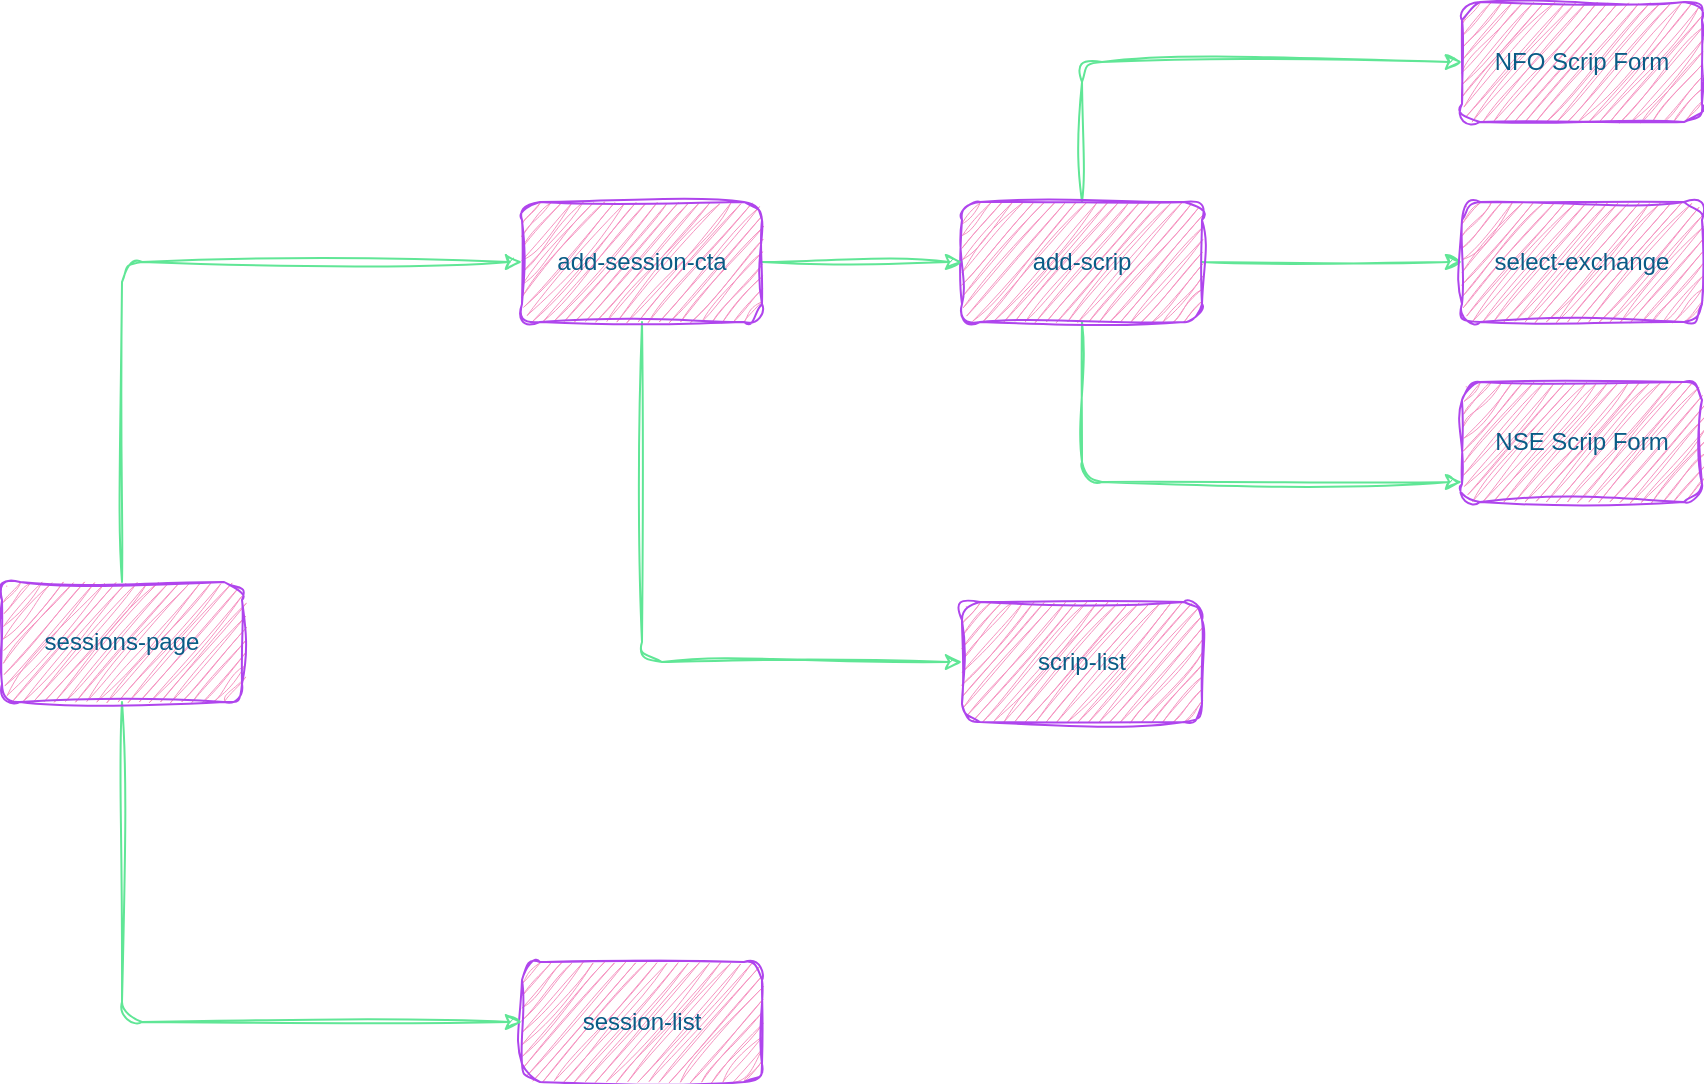
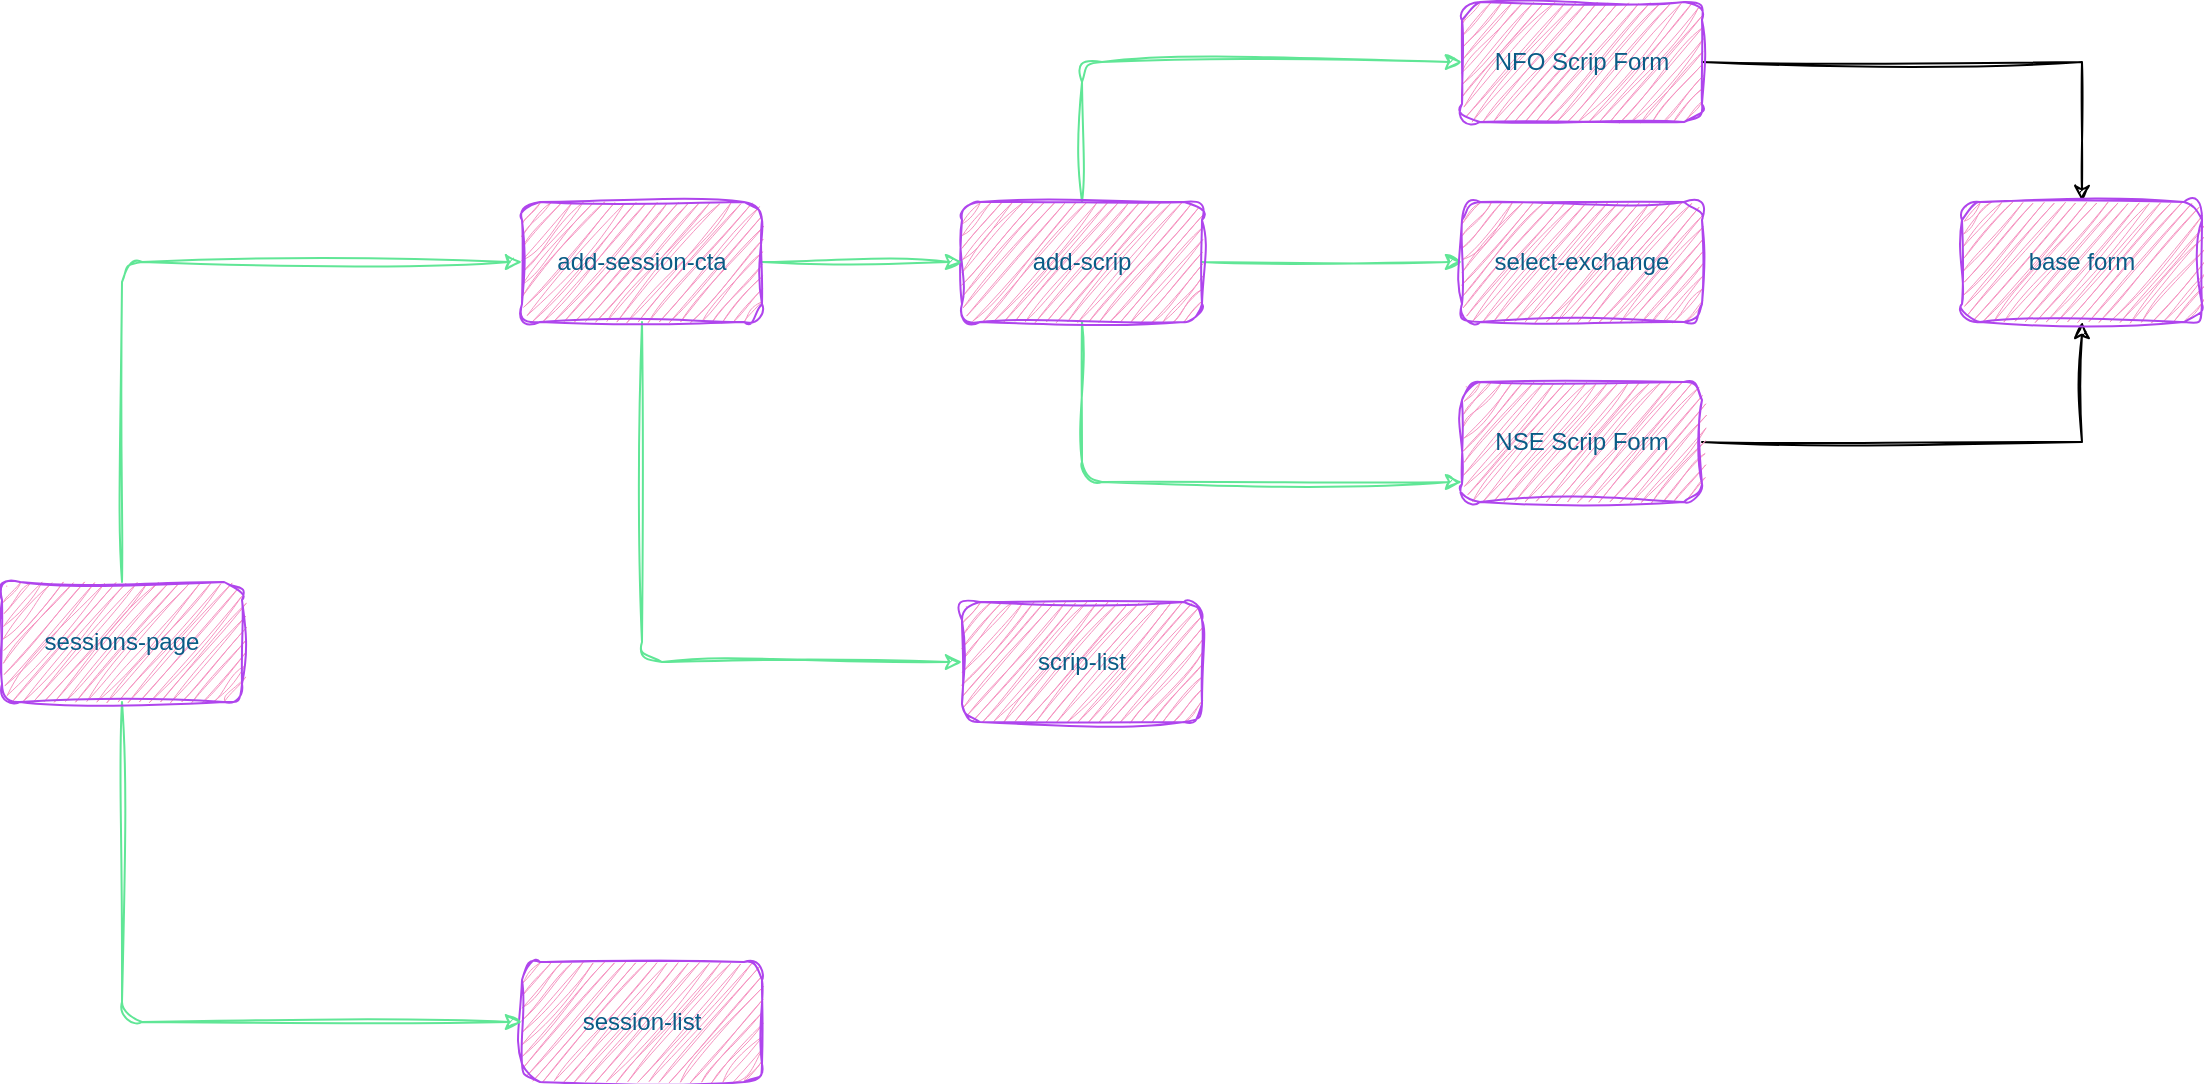
<mxfile host="app.diagrams.net" pages="5">
  <diagram id="wPQbEJP3DVO_ncDqMHqx" name="Sessions Page">
    <mxGraphModel dx="1757" dy="626" grid="1" gridSize="10" guides="1" tooltips="1" connect="1" arrows="1" fold="1" page="0" pageScale="1" pageWidth="402" pageHeight="874" math="0" shadow="0">
      <root>
        <mxCell id="0" />
        <mxCell id="1" parent="0" />
        <mxCell id="DB1AKVm6qyutKQlFYAWD-6" edge="1" parent="1" source="DB1AKVm6qyutKQlFYAWD-1" style="edgeStyle=orthogonalEdgeStyle;rounded=1;orthogonalLoop=1;jettySize=auto;html=1;sketch=1;curveFitting=1;jiggle=2;labelBackgroundColor=none;strokeColor=#60E696;fontColor=default;" target="DB1AKVm6qyutKQlFYAWD-5" value="">
          <mxGeometry relative="1" as="geometry" />
        </mxCell>
        <mxCell id="DB1AKVm6qyutKQlFYAWD-8" edge="1" parent="1" source="DB1AKVm6qyutKQlFYAWD-1" style="edgeStyle=orthogonalEdgeStyle;rounded=1;orthogonalLoop=1;jettySize=auto;html=1;sketch=1;curveFitting=1;jiggle=2;labelBackgroundColor=none;strokeColor=#60E696;fontColor=default;" target="DB1AKVm6qyutKQlFYAWD-7" value="">
          <mxGeometry relative="1" as="geometry">
            <Array as="points">
              <mxPoint x="120" y="270" />
            </Array>
          </mxGeometry>
        </mxCell>
        <mxCell id="DB1AKVm6qyutKQlFYAWD-10" edge="1" parent="1" source="DB1AKVm6qyutKQlFYAWD-1" style="edgeStyle=orthogonalEdgeStyle;rounded=1;orthogonalLoop=1;jettySize=auto;html=1;sketch=1;curveFitting=1;jiggle=2;labelBackgroundColor=none;strokeColor=#60E696;fontColor=default;" target="DB1AKVm6qyutKQlFYAWD-9" value="">
          <mxGeometry relative="1" as="geometry">
            <Array as="points">
              <mxPoint x="120" y="60" />
            </Array>
          </mxGeometry>
        </mxCell>
        <mxCell id="DB1AKVm6qyutKQlFYAWD-1" parent="1" style="rounded=1;whiteSpace=wrap;html=1;sketch=1;curveFitting=1;jiggle=2;labelBackgroundColor=none;fillColor=#F694C1;strokeColor=#AF45ED;fontColor=#095C86;" value="add-scrip" vertex="1">
          <mxGeometry height="60" width="120" x="60" y="130" as="geometry" />
        </mxCell>
        <mxCell id="DB1AKVm6qyutKQlFYAWD-4" edge="1" parent="1" source="DB1AKVm6qyutKQlFYAWD-3" style="edgeStyle=orthogonalEdgeStyle;rounded=1;orthogonalLoop=1;jettySize=auto;html=1;sketch=1;curveFitting=1;jiggle=2;labelBackgroundColor=none;strokeColor=#60E696;fontColor=default;" target="DB1AKVm6qyutKQlFYAWD-1" value="">
          <mxGeometry relative="1" as="geometry" />
        </mxCell>
        <mxCell id="DB1AKVm6qyutKQlFYAWD-12" edge="1" parent="1" source="DB1AKVm6qyutKQlFYAWD-3" style="edgeStyle=orthogonalEdgeStyle;rounded=1;orthogonalLoop=1;jettySize=auto;html=1;sketch=1;curveFitting=1;jiggle=2;labelBackgroundColor=none;strokeColor=#60E696;fontColor=default;" target="DB1AKVm6qyutKQlFYAWD-11" value="">
          <mxGeometry relative="1" as="geometry">
            <Array as="points">
              <mxPoint x="-100" y="360" />
            </Array>
          </mxGeometry>
        </mxCell>
        <mxCell id="DB1AKVm6qyutKQlFYAWD-3" parent="1" style="rounded=1;whiteSpace=wrap;html=1;sketch=1;curveFitting=1;jiggle=2;labelBackgroundColor=none;fillColor=#F694C1;strokeColor=#AF45ED;fontColor=#095C86;" value="add-session-cta" vertex="1">
          <mxGeometry height="60" width="120" x="-160" y="130" as="geometry" />
        </mxCell>
        <mxCell id="DB1AKVm6qyutKQlFYAWD-5" parent="1" style="whiteSpace=wrap;html=1;rounded=1;sketch=1;curveFitting=1;jiggle=2;labelBackgroundColor=none;fillColor=#F694C1;strokeColor=#AF45ED;fontColor=#095C86;" value="select-exchange" vertex="1">
          <mxGeometry height="60" width="120" x="310" y="130" as="geometry" />
        </mxCell>
+         <mxCell id="ouMAoqMrmdJ_XqpmxOQB-3" edge="1" parent="1" source="DB1AKVm6qyutKQlFYAWD-7" style="edgeStyle=orthogonalEdgeStyle;rounded=0;sketch=1;hachureGap=4;jiggle=2;curveFitting=1;orthogonalLoop=1;jettySize=auto;html=1;fontFamily=Architects Daughter;fontSource=https%3A%2F%2Ffonts.googleapis.com%2Fcss%3Ffamily%3DArchitects%2BDaughter;" target="ouMAoqMrmdJ_XqpmxOQB-1">
+           <mxGeometry relative="1" as="geometry" />
+         </mxCell>
        <mxCell id="DB1AKVm6qyutKQlFYAWD-7" parent="1" style="whiteSpace=wrap;html=1;rounded=1;sketch=1;curveFitting=1;jiggle=2;labelBackgroundColor=none;fillColor=#F694C1;strokeColor=#AF45ED;fontColor=#095C86;" value="NSE Scrip Form" vertex="1">
          <mxGeometry height="60" width="120" x="310" y="220" as="geometry" />
        </mxCell>
+         <mxCell id="ouMAoqMrmdJ_XqpmxOQB-2" edge="1" parent="1" source="DB1AKVm6qyutKQlFYAWD-9" style="edgeStyle=orthogonalEdgeStyle;rounded=0;sketch=1;hachureGap=4;jiggle=2;curveFitting=1;orthogonalLoop=1;jettySize=auto;html=1;fontFamily=Architects Daughter;fontSource=https%3A%2F%2Ffonts.googleapis.com%2Fcss%3Ffamily%3DArchitects%2BDaughter;" target="ouMAoqMrmdJ_XqpmxOQB-1" value="">
+           <mxGeometry relative="1" as="geometry" />
+         </mxCell>
        <mxCell id="DB1AKVm6qyutKQlFYAWD-9" parent="1" style="whiteSpace=wrap;html=1;rounded=1;sketch=1;curveFitting=1;jiggle=2;labelBackgroundColor=none;fillColor=#F694C1;strokeColor=#AF45ED;fontColor=#095C86;" value="NFO Scrip Form" vertex="1">
          <mxGeometry height="60" width="120" x="310" y="30" as="geometry" />
        </mxCell>
        <mxCell id="DB1AKVm6qyutKQlFYAWD-11" parent="1" style="whiteSpace=wrap;html=1;rounded=1;sketch=1;curveFitting=1;jiggle=2;labelBackgroundColor=none;fillColor=#F694C1;strokeColor=#AF45ED;fontColor=#095C86;" value="scrip-list" vertex="1">
          <mxGeometry height="60" width="120" x="60" y="330" as="geometry" />
        </mxCell>
        <mxCell id="DB1AKVm6qyutKQlFYAWD-13" parent="1" style="rounded=1;whiteSpace=wrap;html=1;sketch=1;curveFitting=1;jiggle=2;labelBackgroundColor=none;fillColor=#F694C1;strokeColor=#AF45ED;fontColor=#095C86;" value="session-list" vertex="1">
          <mxGeometry height="60" width="120" x="-160" y="510" as="geometry" />
        </mxCell>
        <mxCell id="DB1AKVm6qyutKQlFYAWD-15" edge="1" parent="1" source="DB1AKVm6qyutKQlFYAWD-14" style="edgeStyle=orthogonalEdgeStyle;rounded=1;sketch=1;hachureGap=4;jiggle=2;curveFitting=1;orthogonalLoop=1;jettySize=auto;html=1;entryX=0;entryY=0.5;entryDx=0;entryDy=0;strokeColor=#60E696;fontFamily=Architects Daughter;fontSource=https%3A%2F%2Ffonts.googleapis.com%2Fcss%3Ffamily%3DArchitects%2BDaughter;fontColor=#095C86;fillColor=#F694C1;" target="DB1AKVm6qyutKQlFYAWD-3">
          <mxGeometry relative="1" as="geometry">
            <Array as="points">
              <mxPoint x="-360" y="160" />
            </Array>
          </mxGeometry>
        </mxCell>
        <mxCell id="DB1AKVm6qyutKQlFYAWD-18" edge="1" parent="1" source="DB1AKVm6qyutKQlFYAWD-14" style="edgeStyle=orthogonalEdgeStyle;rounded=1;sketch=1;hachureGap=4;jiggle=2;curveFitting=1;orthogonalLoop=1;jettySize=auto;html=1;entryX=0;entryY=0.5;entryDx=0;entryDy=0;strokeColor=#60E696;fontFamily=Architects Daughter;fontSource=https%3A%2F%2Ffonts.googleapis.com%2Fcss%3Ffamily%3DArchitects%2BDaughter;fontColor=#095C86;fillColor=#F694C1;" target="DB1AKVm6qyutKQlFYAWD-13">
          <mxGeometry relative="1" as="geometry">
            <Array as="points">
              <mxPoint x="-360" y="540" />
            </Array>
          </mxGeometry>
        </mxCell>
        <mxCell id="DB1AKVm6qyutKQlFYAWD-14" parent="1" style="rounded=1;whiteSpace=wrap;html=1;sketch=1;curveFitting=1;jiggle=2;labelBackgroundColor=none;fillColor=#F694C1;strokeColor=#AF45ED;fontColor=#095C86;" value="sessions-page" vertex="1">
          <mxGeometry height="60" width="120" x="-420" y="320" as="geometry" />
        </mxCell>
+         <mxCell id="ouMAoqMrmdJ_XqpmxOQB-1" parent="1" style="whiteSpace=wrap;html=1;fillColor=#F694C1;strokeColor=#AF45ED;fontColor=#095C86;rounded=1;sketch=1;curveFitting=1;jiggle=2;labelBackgroundColor=none;" value="base form" vertex="1">
+           <mxGeometry height="60" width="120" x="560" y="130" as="geometry" />
+         </mxCell>
      </root>
    </mxGraphModel>
  </diagram>
  <diagram id="YVkBlKKJ4RNEtawBKbZk" name="Session">
    <mxGraphModel dx="1357" dy="626" grid="1" gridSize="10" guides="1" tooltips="1" connect="1" arrows="1" fold="1" page="0" pageScale="1" pageWidth="402" pageHeight="874" math="0" shadow="0">
      <root>
        <mxCell id="0" />
        <mxCell id="1" parent="0" />
        <mxCell id="b8iQl_XISdQ6rZ6kNcMQ-3" edge="1" parent="1" source="b8iQl_XISdQ6rZ6kNcMQ-1" style="edgeStyle=orthogonalEdgeStyle;rounded=0;orthogonalLoop=1;jettySize=auto;html=1;" target="b8iQl_XISdQ6rZ6kNcMQ-2" value="">
          <mxGeometry relative="1" as="geometry" />
        </mxCell>
        <mxCell id="b8iQl_XISdQ6rZ6kNcMQ-1" parent="1" style="rounded=1;whiteSpace=wrap;html=1;" value="start session" vertex="1">
          <mxGeometry height="60" width="120" x="-200" y="80" as="geometry" />
        </mxCell>
        <mxCell id="b8iQl_XISdQ6rZ6kNcMQ-5" edge="1" parent="1" source="b8iQl_XISdQ6rZ6kNcMQ-2" style="edgeStyle=orthogonalEdgeStyle;rounded=0;orthogonalLoop=1;jettySize=auto;html=1;" target="b8iQl_XISdQ6rZ6kNcMQ-4" value="">
          <mxGeometry relative="1" as="geometry" />
        </mxCell>
        <mxCell id="b8iQl_XISdQ6rZ6kNcMQ-2" parent="1" style="whiteSpace=wrap;html=1;rounded=1;" value="place orders&amp;nbsp;&lt;br&gt;(all or none)" vertex="1">
          <mxGeometry height="60" width="120" y="80" as="geometry" />
        </mxCell>
        <mxCell id="b8iQl_XISdQ6rZ6kNcMQ-7" edge="1" parent="1" source="b8iQl_XISdQ6rZ6kNcMQ-4" style="edgeStyle=orthogonalEdgeStyle;rounded=0;orthogonalLoop=1;jettySize=auto;html=1;" target="b8iQl_XISdQ6rZ6kNcMQ-6" value="">
          <mxGeometry relative="1" as="geometry" />
        </mxCell>
        <mxCell id="b8iQl_XISdQ6rZ6kNcMQ-4" parent="1" style="whiteSpace=wrap;html=1;rounded=1;" value="update margins" vertex="1">
          <mxGeometry height="60" width="120" x="200" y="80" as="geometry" />
        </mxCell>
        <mxCell id="b8iQl_XISdQ6rZ6kNcMQ-6" parent="1" style="whiteSpace=wrap;html=1;rounded=1;" value="create session" vertex="1">
          <mxGeometry height="60" width="120" x="200" y="200" as="geometry" />
        </mxCell>
        <mxCell id="b8iQl_XISdQ6rZ6kNcMQ-8" parent="1" style="rounded=1;whiteSpace=wrap;html=1;fillColor=#fff2cc;strokeColor=#d6b656;" value="firebase" vertex="1">
          <mxGeometry height="40" width="80" x="300" y="190" as="geometry" />
        </mxCell>
        <mxCell id="b8iQl_XISdQ6rZ6kNcMQ-9" parent="1" style="rounded=1;whiteSpace=wrap;html=1;fillColor=#fff2cc;strokeColor=#d6b656;" value="kite" vertex="1">
          <mxGeometry height="40" width="80" x="80" y="50" as="geometry" />
        </mxCell>
        <mxCell id="b8iQl_XISdQ6rZ6kNcMQ-10" parent="1" style="rounded=1;whiteSpace=wrap;html=1;fillColor=#fff2cc;strokeColor=#d6b656;" value="firebase" vertex="1">
          <mxGeometry height="40" width="80" x="290" y="60" as="geometry" />
        </mxCell>
      </root>
    </mxGraphModel>
  </diagram>
  <diagram id="4KjMPYYtLXdBkkJX1B08" name="Auth">
    <mxGraphModel dx="1276" dy="835" grid="0" gridSize="10" guides="1" tooltips="1" connect="1" arrows="1" fold="1" page="0" pageScale="1" pageWidth="402" pageHeight="874" math="0" shadow="0">
      <root>
        <mxCell id="0" />
        <mxCell id="1" parent="0" />
        <mxCell id="pPH6oVQiPgVcm9OUePWL-3" edge="1" parent="1" source="pPH6oVQiPgVcm9OUePWL-1" style="edgeStyle=orthogonalEdgeStyle;rounded=0;orthogonalLoop=1;jettySize=auto;html=1;" target="pPH6oVQiPgVcm9OUePWL-2" value="">
          <mxGeometry relative="1" as="geometry" />
        </mxCell>
        <mxCell id="pPH6oVQiPgVcm9OUePWL-1" parent="1" style="rounded=1;whiteSpace=wrap;html=1;" value="User clicks &quot;Login&quot; Button" vertex="1">
          <mxGeometry height="60" width="120" x="23" y="101" as="geometry" />
        </mxCell>
        <mxCell id="pPH6oVQiPgVcm9OUePWL-5" edge="1" parent="1" source="pPH6oVQiPgVcm9OUePWL-2" style="edgeStyle=orthogonalEdgeStyle;rounded=0;orthogonalLoop=1;jettySize=auto;html=1;" target="pPH6oVQiPgVcm9OUePWL-4" value="">
          <mxGeometry relative="1" as="geometry" />
        </mxCell>
        <mxCell id="pPH6oVQiPgVcm9OUePWL-2" parent="1" style="whiteSpace=wrap;html=1;rounded=1;" value="Open the Login URL" vertex="1">
          <mxGeometry height="60" width="120" x="223" y="101" as="geometry" />
        </mxCell>
        <mxCell id="pPH6oVQiPgVcm9OUePWL-7" edge="1" parent="1" source="pPH6oVQiPgVcm9OUePWL-4" style="edgeStyle=orthogonalEdgeStyle;rounded=0;orthogonalLoop=1;jettySize=auto;html=1;" target="pPH6oVQiPgVcm9OUePWL-6" value="">
          <mxGeometry relative="1" as="geometry" />
        </mxCell>
        <mxCell id="pPH6oVQiPgVcm9OUePWL-4" parent="1" style="whiteSpace=wrap;html=1;rounded=1;" value="User logins to Zerodha" vertex="1">
          <mxGeometry height="60" width="120" x="423" y="101" as="geometry" />
        </mxCell>
        <mxCell id="pPH6oVQiPgVcm9OUePWL-9" edge="1" parent="1" source="pPH6oVQiPgVcm9OUePWL-6" style="edgeStyle=orthogonalEdgeStyle;rounded=0;orthogonalLoop=1;jettySize=auto;html=1;" target="pPH6oVQiPgVcm9OUePWL-8" value="">
          <mxGeometry relative="1" as="geometry" />
        </mxCell>
        <mxCell id="pPH6oVQiPgVcm9OUePWL-6" parent="1" style="whiteSpace=wrap;html=1;rounded=1;" value="Redirected to callback URL with request_token&lt;br&gt;&lt;b&gt;http://localhost:3000/api/auth/kite/callback&lt;/b&gt;" vertex="1">
          <mxGeometry height="60" width="262" x="352" y="244" as="geometry" />
        </mxCell>
        <mxCell id="pPH6oVQiPgVcm9OUePWL-13" edge="1" parent="1" source="pPH6oVQiPgVcm9OUePWL-8" style="edgeStyle=orthogonalEdgeStyle;rounded=0;orthogonalLoop=1;jettySize=auto;html=1;" target="pPH6oVQiPgVcm9OUePWL-12" value="">
          <mxGeometry relative="1" as="geometry" />
        </mxCell>
        <mxCell id="pPH6oVQiPgVcm9OUePWL-8" parent="1" style="whiteSpace=wrap;html=1;rounded=1;" value="In loader for this route, generate the session" vertex="1">
          <mxGeometry height="60" width="120" x="17" y="244" as="geometry" />
        </mxCell>
        <mxCell id="pPH6oVQiPgVcm9OUePWL-15" edge="1" parent="1" source="pPH6oVQiPgVcm9OUePWL-12" style="edgeStyle=orthogonalEdgeStyle;rounded=0;orthogonalLoop=1;jettySize=auto;html=1;" target="pPH6oVQiPgVcm9OUePWL-14" value="">
          <mxGeometry relative="1" as="geometry" />
        </mxCell>
        <mxCell id="pPH6oVQiPgVcm9OUePWL-12" parent="1" style="whiteSpace=wrap;html=1;rounded=1;" value="Serialize and save the access token in cookie" vertex="1">
          <mxGeometry height="60" width="120" x="17" y="384" as="geometry" />
        </mxCell>
        <mxCell id="pPH6oVQiPgVcm9OUePWL-17" edge="1" parent="1" source="pPH6oVQiPgVcm9OUePWL-14" style="edgeStyle=orthogonalEdgeStyle;rounded=0;orthogonalLoop=1;jettySize=auto;html=1;" target="pPH6oVQiPgVcm9OUePWL-16" value="">
          <mxGeometry relative="1" as="geometry" />
        </mxCell>
        <mxCell id="pPH6oVQiPgVcm9OUePWL-14" parent="1" style="whiteSpace=wrap;html=1;rounded=1;" value="redirect to /dashboard" vertex="1">
          <mxGeometry height="60" width="120" x="217" y="384" as="geometry" />
        </mxCell>
        <mxCell id="pPH6oVQiPgVcm9OUePWL-19" edge="1" parent="1" source="pPH6oVQiPgVcm9OUePWL-16" style="edgeStyle=orthogonalEdgeStyle;rounded=0;orthogonalLoop=1;jettySize=auto;html=1;" target="pPH6oVQiPgVcm9OUePWL-18" value="">
          <mxGeometry relative="1" as="geometry" />
        </mxCell>
        <mxCell id="pPH6oVQiPgVcm9OUePWL-16" parent="1" style="whiteSpace=wrap;html=1;rounded=1;" value="in dashboard loader, get the access token from the cookie and send it to client" vertex="1">
          <mxGeometry height="60" width="120" x="417" y="384" as="geometry" />
        </mxCell>
        <mxCell id="pPH6oVQiPgVcm9OUePWL-21" edge="1" parent="1" source="pPH6oVQiPgVcm9OUePWL-18" style="edgeStyle=orthogonalEdgeStyle;rounded=0;orthogonalLoop=1;jettySize=auto;html=1;" target="pPH6oVQiPgVcm9OUePWL-20" value="">
          <mxGeometry relative="1" as="geometry" />
        </mxCell>
        <mxCell id="pPH6oVQiPgVcm9OUePWL-18" parent="1" style="whiteSpace=wrap;html=1;rounded=1;" value="front-end creates the kc client with api_key and access_token.&amp;nbsp;&amp;nbsp;" vertex="1">
          <mxGeometry height="60" width="120" x="617" y="384" as="geometry" />
        </mxCell>
        <mxCell id="pPH6oVQiPgVcm9OUePWL-20" parent="1" style="whiteSpace=wrap;html=1;rounded=1;" value="use kc client for calling Kite APIs" vertex="1">
          <mxGeometry height="60" width="120" x="617" y="524" as="geometry" />
        </mxCell>
      </root>
    </mxGraphModel>
  </diagram>
  <diagram name="UI/UX" id="5MV4RERJIjpIYta4IkZD">
    <mxGraphModel dx="3134" dy="2189" grid="0" gridSize="10" guides="1" tooltips="1" connect="1" arrows="1" fold="1" page="0" pageScale="1" pageWidth="402" pageHeight="874" background="#ffffff" math="0" shadow="0">
      <root>
        <mxCell id="0" />
        <mxCell id="1" parent="0" />
        <mxCell id="ExlUUjPYo0Ii6ma58Pc_-14" parent="1" style="rounded=1;whiteSpace=wrap;html=1;" value="" vertex="1">
          <mxGeometry height="321" width="1097" x="-296" y="-20" as="geometry" />
        </mxCell>
        <mxCell id="ExlUUjPYo0Ii6ma58Pc_-13" parent="1" style="rounded=1;whiteSpace=wrap;html=1;" value="" vertex="1">
          <mxGeometry height="321" width="1097" x="-287" y="732" as="geometry" />
        </mxCell>
        <mxCell id="iMmVTYed4h1aN_pzg3ix-1" parent="1" style="text;html=1;whiteSpace=wrap;strokeColor=none;fillColor=none;align=center;verticalAlign=middle;rounded=0;fontStyle=1;fontSize=48;fontColor=light-dark(#7a7978, #ededed);" value="Net Qty." vertex="1">
          <mxGeometry height="59" width="60" x="-120" y="72" as="geometry" />
        </mxCell>
        <mxCell id="iMmVTYed4h1aN_pzg3ix-2" parent="1" style="text;html=1;whiteSpace=wrap;strokeColor=none;fillColor=none;align=center;verticalAlign=middle;rounded=0;fontStyle=1;fontSize=48;fontColor=light-dark(#7a7978, #ededed);" value="AVG. PRICE" vertex="1">
          <mxGeometry height="59" width="60" x="149" y="61" as="geometry" />
        </mxCell>
        <mxCell id="iMmVTYed4h1aN_pzg3ix-3" parent="1" style="text;html=1;whiteSpace=wrap;strokeColor=none;fillColor=none;align=center;verticalAlign=middle;rounded=0;fontStyle=1;fontSize=48;fontColor=light-dark(#7a7978, #ededed);" value="LTP" vertex="1">
          <mxGeometry height="59" width="60" x="418" y="61" as="geometry" />
        </mxCell>
        <mxCell id="iMmVTYed4h1aN_pzg3ix-4" parent="1" style="text;html=1;whiteSpace=wrap;strokeColor=none;fillColor=none;align=center;verticalAlign=middle;rounded=0;fontStyle=1;fontSize=48;fontColor=light-dark(#7a7978, #ededed);" value="PnL" vertex="1">
          <mxGeometry height="59" width="60" x="687" y="61" as="geometry" />
        </mxCell>
        <mxCell id="iMmVTYed4h1aN_pzg3ix-5" parent="1" style="text;html=1;whiteSpace=wrap;strokeColor=none;fillColor=none;align=center;verticalAlign=middle;rounded=0;fontSize=36;fontStyle=1" value="100" vertex="1">
          <mxGeometry height="30" width="60" x="-120" y="211" as="geometry" />
        </mxCell>
        <mxCell id="iMmVTYed4h1aN_pzg3ix-6" parent="1" style="text;html=1;whiteSpace=wrap;strokeColor=none;fillColor=none;align=center;verticalAlign=middle;rounded=0;fontSize=36;fontStyle=1" value="36.40" vertex="1">
          <mxGeometry height="30" width="60" x="149" y="211" as="geometry" />
        </mxCell>
        <mxCell id="iMmVTYed4h1aN_pzg3ix-7" parent="1" style="text;html=1;whiteSpace=wrap;strokeColor=none;fillColor=none;align=center;verticalAlign=middle;rounded=0;fontSize=36;fontStyle=1" value="37.45" vertex="1">
          <mxGeometry height="30" width="60" x="418" y="211" as="geometry" />
        </mxCell>
        <mxCell id="iMmVTYed4h1aN_pzg3ix-8" parent="1" style="text;html=1;whiteSpace=wrap;strokeColor=none;fillColor=none;align=center;verticalAlign=middle;rounded=0;fontSize=36;fontStyle=1" value="100" vertex="1">
          <mxGeometry height="30" width="60" x="687" y="211" as="geometry" />
        </mxCell>
        <mxCell id="7si3vGMUa6yKKs87A3T9-2" edge="1" parent="1" source="7si3vGMUa6yKKs87A3T9-1" style="edgeStyle=orthogonalEdgeStyle;rounded=0;orthogonalLoop=1;jettySize=auto;html=1;exitX=0.5;exitY=0;exitDx=0;exitDy=0;entryX=0;entryY=0.5;entryDx=0;entryDy=0;" target="iMmVTYed4h1aN_pzg3ix-5">
          <mxGeometry relative="1" as="geometry">
            <Array as="points">
              <mxPoint x="-283" y="227" />
              <mxPoint x="-139" y="227" />
            </Array>
            <mxPoint x="-139.09090909090924" y="259.27272727272725" as="targetPoint" />
          </mxGeometry>
        </mxCell>
        <mxCell id="7si3vGMUa6yKKs87A3T9-1" parent="1" style="text;html=1;whiteSpace=wrap;strokeColor=none;fillColor=none;align=center;verticalAlign=middle;rounded=0;fontStyle=1" value="Red color if negative, blue color if positive" vertex="1">
          <mxGeometry height="70" width="129" x="-347" y="453" as="geometry" />
        </mxCell>
        <mxCell id="7si3vGMUa6yKKs87A3T9-4" edge="1" parent="1" source="7si3vGMUa6yKKs87A3T9-3" style="edgeStyle=orthogonalEdgeStyle;rounded=0;orthogonalLoop=1;jettySize=auto;html=1;entryX=0.5;entryY=1;entryDx=0;entryDy=0;" target="iMmVTYed4h1aN_pzg3ix-8">
          <mxGeometry relative="1" as="geometry" />
        </mxCell>
        <mxCell id="7si3vGMUa6yKKs87A3T9-3" parent="1" style="text;html=1;whiteSpace=wrap;strokeColor=none;fillColor=none;align=center;verticalAlign=middle;rounded=0;fontStyle=1" value="Red color if negative, blue color if positive" vertex="1">
          <mxGeometry height="70" width="129" x="681" y="398" as="geometry" />
        </mxCell>
        <mxCell id="7si3vGMUa6yKKs87A3T9-5" parent="1" style="text;html=1;whiteSpace=wrap;strokeColor=none;fillColor=none;align=center;verticalAlign=middle;rounded=0;" value="Will receive the following props:&lt;br&gt;netQuantity: number;&lt;br&gt;&lt;div&gt;averagePrice: number&lt;/div&gt;&lt;div&gt;ltp: number;&lt;/div&gt;" vertex="1">
          <mxGeometry height="101" width="203" x="-25" y="355" as="geometry" />
        </mxCell>
        <mxCell id="7si3vGMUa6yKKs87A3T9-6" parent="1" style="text;html=1;whiteSpace=wrap;strokeColor=none;fillColor=none;align=center;verticalAlign=middle;rounded=0;" value="PnL needs to be calculated by the component" vertex="1">
          <mxGeometry height="101" width="203" x="-21" y="482" as="geometry" />
        </mxCell>
        <mxCell id="7si3vGMUa6yKKs87A3T9-7" parent="1" style="text;html=1;whiteSpace=wrap;strokeColor=none;fillColor=none;align=center;verticalAlign=middle;rounded=0;fontStyle=1;fontSize=48;fontColor=light-dark(#7a7978, #ededed);" value="Net Qty." vertex="1">
          <mxGeometry height="59" width="60" x="-186" y="816" as="geometry" />
        </mxCell>
        <mxCell id="7si3vGMUa6yKKs87A3T9-8" parent="1" style="text;html=1;whiteSpace=wrap;strokeColor=none;fillColor=none;align=center;verticalAlign=middle;rounded=0;fontStyle=1;fontSize=48;fontColor=light-dark(#7a7978, #ededed);" value="AVG. PRICE" vertex="1">
          <mxGeometry height="59" width="60" x="83" y="805" as="geometry" />
        </mxCell>
        <mxCell id="7si3vGMUa6yKKs87A3T9-9" parent="1" style="text;html=1;whiteSpace=wrap;strokeColor=none;fillColor=none;align=center;verticalAlign=middle;rounded=0;fontStyle=1;fontSize=48;fontColor=light-dark(#7a7978, #ededed);" value="LTP" vertex="1">
          <mxGeometry height="59" width="60" x="352" y="805" as="geometry" />
        </mxCell>
        <mxCell id="7si3vGMUa6yKKs87A3T9-10" parent="1" style="text;html=1;whiteSpace=wrap;strokeColor=none;fillColor=none;align=center;verticalAlign=middle;rounded=0;fontStyle=1;fontSize=48;fontColor=light-dark(#7a7978, #ededed);" value="PnL" vertex="1">
          <mxGeometry height="59" width="60" x="621" y="805" as="geometry" />
        </mxCell>
        <mxCell id="7si3vGMUa6yKKs87A3T9-11" parent="1" style="text;html=1;whiteSpace=wrap;strokeColor=none;fillColor=none;align=center;verticalAlign=middle;rounded=0;fontSize=18;fontStyle=1" value="{props.netQuantity}" vertex="1">
          <mxGeometry height="30" width="60" x="-186" y="955" as="geometry" />
        </mxCell>
        <mxCell id="7si3vGMUa6yKKs87A3T9-12" parent="1" style="text;html=1;whiteSpace=wrap;strokeColor=none;fillColor=none;align=center;verticalAlign=middle;rounded=0;fontSize=18;fontStyle=1" value="&lt;div&gt;{props.averagePrice}&lt;/div&gt;" vertex="1">
          <mxGeometry height="30" width="60" x="83" y="955" as="geometry" />
        </mxCell>
        <mxCell id="7si3vGMUa6yKKs87A3T9-13" parent="1" style="text;html=1;whiteSpace=wrap;strokeColor=none;fillColor=none;align=center;verticalAlign=middle;rounded=0;fontSize=18;fontStyle=1" value="{props.ltp}" vertex="1">
          <mxGeometry height="30" width="60" x="352" y="955" as="geometry" />
        </mxCell>
        <mxCell id="7si3vGMUa6yKKs87A3T9-14" parent="1" style="text;html=1;whiteSpace=wrap;strokeColor=none;fillColor=none;align=center;verticalAlign=middle;rounded=0;fontSize=18;fontStyle=1" value="{pnl}" vertex="1">
          <mxGeometry height="30" width="60" x="621" y="955" as="geometry" />
        </mxCell>
        <mxCell id="ExlUUjPYo0Ii6ma58Pc_-1" parent="1" style="rounded=1;whiteSpace=wrap;html=1;" value="" vertex="1">
          <mxGeometry height="321" width="1253" x="-202" y="1234" as="geometry" />
        </mxCell>
        <mxCell id="ExlUUjPYo0Ii6ma58Pc_-2" parent="1" style="text;html=1;whiteSpace=wrap;strokeColor=none;fillColor=none;align=center;verticalAlign=middle;rounded=0;fontStyle=1;fontSize=48;fontColor=light-dark(#7a7978, #ededed);" value="Total Margin" vertex="1">
          <mxGeometry height="59" width="168" x="-154" y="1292" as="geometry" />
        </mxCell>
        <mxCell id="ExlUUjPYo0Ii6ma58Pc_-3" parent="1" style="text;html=1;whiteSpace=wrap;strokeColor=none;fillColor=none;align=center;verticalAlign=middle;rounded=0;fontStyle=1;fontSize=48;fontColor=light-dark(#7a7978, #ededed);" value="Utilized Margin" vertex="1">
          <mxGeometry height="59" width="168" x="330" y="1295" as="geometry" />
        </mxCell>
        <mxCell id="ExlUUjPYo0Ii6ma58Pc_-4" parent="1" style="text;html=1;whiteSpace=wrap;strokeColor=none;fillColor=none;align=center;verticalAlign=middle;rounded=0;fontStyle=1;fontSize=48;fontColor=light-dark(#7a7978, #ededed);" value="Net Margin" vertex="1">
          <mxGeometry height="59" width="168" x="813" y="1289" as="geometry" />
        </mxCell>
        <mxCell id="ExlUUjPYo0Ii6ma58Pc_-5" parent="1" style="text;html=1;whiteSpace=wrap;strokeColor=none;fillColor=none;align=center;verticalAlign=middle;rounded=0;fontSize=42;" value="₹2000" vertex="1">
          <mxGeometry height="30" width="60" x="-100" y="1412" as="geometry" />
        </mxCell>
        <mxCell id="ExlUUjPYo0Ii6ma58Pc_-7" parent="1" style="text;html=1;whiteSpace=wrap;strokeColor=none;fillColor=none;align=center;verticalAlign=middle;rounded=0;fontSize=42;" value="₹200" vertex="1">
          <mxGeometry height="30" width="60" x="384" y="1412" as="geometry" />
        </mxCell>
        <mxCell id="ExlUUjPYo0Ii6ma58Pc_-8" parent="1" style="text;html=1;whiteSpace=wrap;strokeColor=none;fillColor=none;align=center;verticalAlign=middle;rounded=0;fontSize=42;" value="₹1800" vertex="1">
          <mxGeometry height="30" width="60" x="867" y="1412" as="geometry" />
        </mxCell>
        <mxCell id="ExlUUjPYo0Ii6ma58Pc_-9" parent="1" style="html=1;shadow=0;dashed=0;shape=mxgraph.bootstrap.rrect;rSize=5;fillColor=#E9ECEF;strokeColor=none;" value="" vertex="1">
          <mxGeometry height="20" width="800" x="24.5" y="1507" as="geometry" />
        </mxCell>
        <mxCell id="ExlUUjPYo0Ii6ma58Pc_-10" parent="ExlUUjPYo0Ii6ma58Pc_-9" style="html=1;shadow=0;dashed=0;shape=mxgraph.bootstrap.leftButton;rSize=5;fillColor=#1CA5B8;strokeColor=none;resizeHeight=1;" value="" vertex="1">
          <mxGeometry height="20" relative="1" width="250" as="geometry" />
        </mxCell>
        <mxCell id="ExlUUjPYo0Ii6ma58Pc_-11" parent="1" style="text;html=1;whiteSpace=wrap;strokeColor=none;fillColor=none;align=center;verticalAlign=middle;rounded=0;fontSize=24;" value="The max value on the progress bar is the total margin and the filled in part is the utilized margin" vertex="1">
          <mxGeometry height="92" width="269" x="175" y="1620" as="geometry" />
        </mxCell>
        <mxCell id="ExlUUjPYo0Ii6ma58Pc_-12" edge="1" parent="1" source="ExlUUjPYo0Ii6ma58Pc_-11" style="edgeStyle=orthogonalEdgeStyle;rounded=0;orthogonalLoop=1;jettySize=auto;html=1;exitX=0.5;exitY=0;exitDx=0;exitDy=0;entryX=0.412;entryY=0.999;entryDx=0;entryDy=0;entryPerimeter=0;" target="ExlUUjPYo0Ii6ma58Pc_-1">
          <mxGeometry relative="1" as="geometry" />
        </mxCell>
      </root>
    </mxGraphModel>
  </diagram>
  <diagram id="dmkDPsUycKQvBsQ4H3Di" name="Kite-Fly-Ticker-Architecture">
    <mxGraphModel dx="1357" dy="626" grid="0" gridSize="10" guides="1" tooltips="1" connect="1" arrows="1" fold="1" page="0" pageScale="1" pageWidth="402" pageHeight="874" math="0" shadow="0">
      <root>
        <mxCell id="0" />
        <mxCell id="1" parent="0" />
        <mxCell id="FDZGNOtkY16CQce4NqAR-3" edge="1" parent="1" source="FDZGNOtkY16CQce4NqAR-1" style="edgeStyle=orthogonalEdgeStyle;rounded=0;orthogonalLoop=1;jettySize=auto;html=1;" target="FDZGNOtkY16CQce4NqAR-2" value="">
          <mxGeometry relative="1" as="geometry" />
        </mxCell>
        <mxCell id="FDZGNOtkY16CQce4NqAR-1" parent="1" style="rounded=1;whiteSpace=wrap;html=1;" value="Client posts a request - for example:&lt;br&gt;&lt;div&gt;&lt;br&gt;&lt;/div&gt;&lt;br&gt;&lt;div&gt;fetch(&quot;http://localhost:3000/api/ltp&quot;, () =&amp;gt; {&lt;/div&gt;&lt;div&gt;method: &quot;POST&quot;,&lt;/div&gt;&lt;div&gt;body: JSON.stringify({&lt;/div&gt;&lt;div&gt;instrument: &quot;WIPRO&quot;,&lt;br&gt;ltp: 128.10&lt;/div&gt;&lt;div&gt;})&lt;/div&gt;&lt;div&gt;})&lt;br&gt;&lt;br&gt;The call is made from another site - for ex. https://kite.zerodha.com&lt;/div&gt;" vertex="1">
          <mxGeometry height="236" width="345" x="-33" y="45" as="geometry" />
        </mxCell>
        <mxCell id="FDZGNOtkY16CQce4NqAR-5" edge="1" parent="1" source="FDZGNOtkY16CQce4NqAR-2" style="edgeStyle=orthogonalEdgeStyle;rounded=0;orthogonalLoop=1;jettySize=auto;html=1;" target="FDZGNOtkY16CQce4NqAR-4" value="">
          <mxGeometry relative="1" as="geometry" />
        </mxCell>
        <mxCell id="FDZGNOtkY16CQce4NqAR-2" parent="1" style="whiteSpace=wrap;html=1;rounded=1;" value="SERVER" vertex="1">
          <mxGeometry height="60" width="120" x="504.5" y="98.5" as="geometry" />
        </mxCell>
        <mxCell id="FDZGNOtkY16CQce4NqAR-8" edge="1" parent="1" source="FDZGNOtkY16CQce4NqAR-4" style="edgeStyle=orthogonalEdgeStyle;rounded=0;orthogonalLoop=1;jettySize=auto;html=1;exitX=0.75;exitY=1;exitDx=0;exitDy=0;entryX=1;entryY=0.75;entryDx=0;entryDy=0;" target="FDZGNOtkY16CQce4NqAR-6">
          <mxGeometry relative="1" as="geometry" />
        </mxCell>
        <mxCell id="FDZGNOtkY16CQce4NqAR-4" parent="1" style="whiteSpace=wrap;html=1;rounded=1;" value="Websocket" vertex="1">
          <mxGeometry height="60" width="120" x="504.5" y="265" as="geometry" />
        </mxCell>
        <mxCell id="FDZGNOtkY16CQce4NqAR-7" edge="1" parent="1" source="FDZGNOtkY16CQce4NqAR-6" style="edgeStyle=orthogonalEdgeStyle;rounded=0;orthogonalLoop=1;jettySize=auto;html=1;entryX=0.5;entryY=1;entryDx=0;entryDy=0;" target="FDZGNOtkY16CQce4NqAR-4">
          <mxGeometry relative="1" as="geometry" />
        </mxCell>
        <mxCell id="FDZGNOtkY16CQce4NqAR-6" parent="1" style="rounded=1;whiteSpace=wrap;html=1;" value="On another client,&lt;div&gt;new Websocket()&lt;/div&gt;// receive the data which is sent from /api/ltp" vertex="1">
          <mxGeometry height="167" width="345" x="1" y="392" as="geometry" />
        </mxCell>
      </root>
    </mxGraphModel>
  </diagram>
</mxfile>
